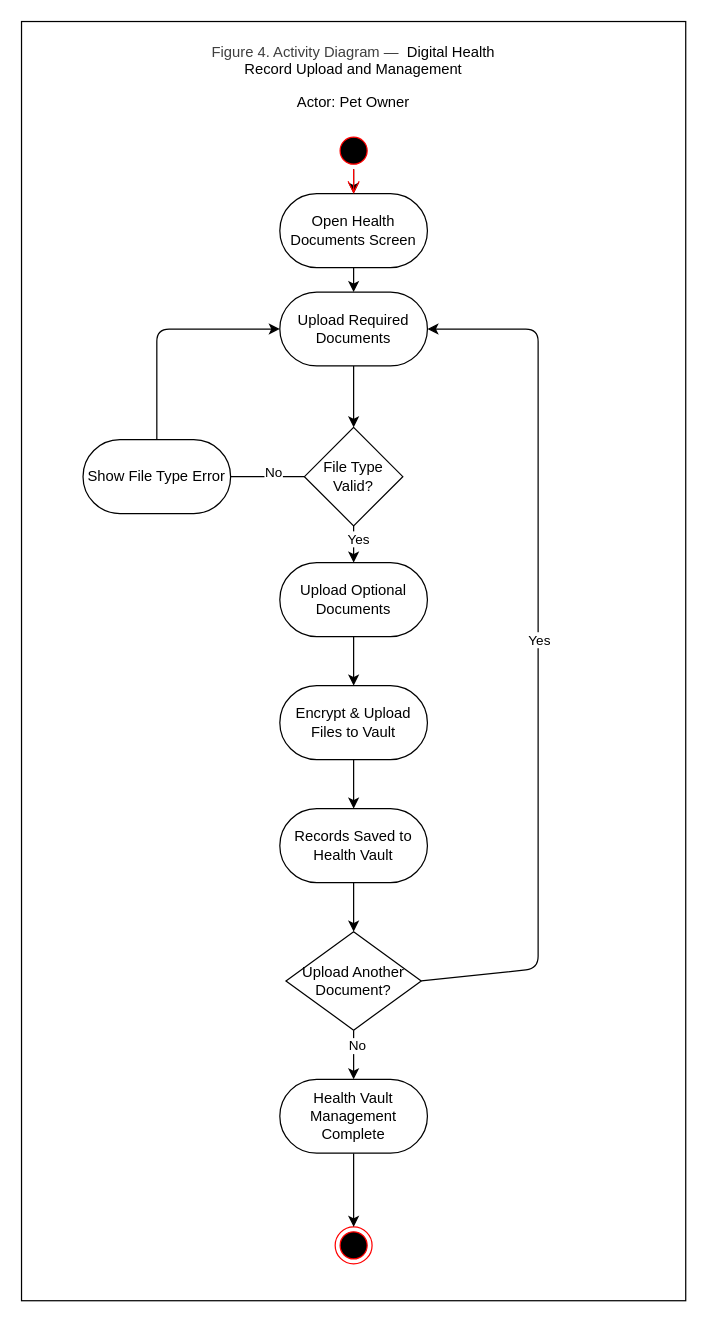
Chels013/Breedr-Diagrams keeps this draw.io diagram as ActivityDiagram_Figure4_USALLA.drawio. Above is the earlier version. Source tidied: cells renumbered, new cells numbered last; positions are measured from the earlier drawing's top-left corner, leaving out a move shared by most shapes. Both pictures are drawn from the tidied source at 123%, with x=0, y=0 at pixel (21, 21).
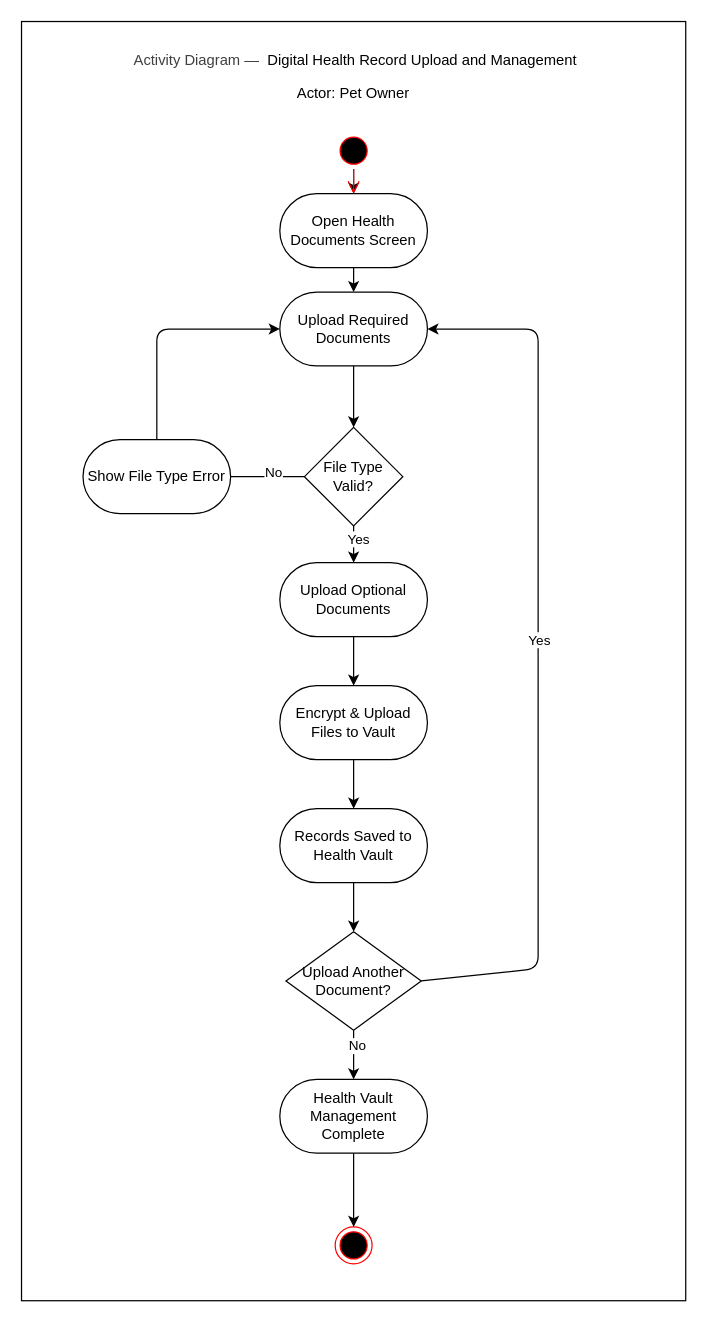
Above is the later version.

Commit message (it also covers changes not shown here):
Renaming Activity Diagrams

Diff of the diagram source:
```diff
@@
-    <mxCell id="3" value="&lt;p&gt;&lt;span style=&quot;color: rgb(63, 63, 63); background-color: transparent;&quot;&gt;Figure 4. Activity Diagram —&lt;/span&gt;&lt;span style=&quot;color: rgb(63, 63, 63); background-color: transparent;&quot;&gt;&amp;nbsp;&lt;/span&gt;&amp;nbsp;Digital Health Record Upload and Management&lt;/p&gt;&lt;p&gt;Actor: Pet Owner&lt;/p&gt;" style="text;html=1;align=center;verticalAlign=middle;whiteSpace=wrap;rounded=0;" parent="1" vertex="1">
-      <mxGeometry x="150" y="30" width="240" height="30" as="geometry" />
+    <mxCell id="3" value="&lt;p&gt;&lt;span style=&quot;color: rgb(63, 63, 63); background-color: transparent;&quot;&gt;&amp;nbsp;Activity Diagram —&lt;/span&gt;&lt;span style=&quot;color: rgb(63, 63, 63); background-color: transparent;&quot;&gt;&amp;nbsp;&lt;/span&gt;&amp;nbsp;Digital Health Record Upload and Management&lt;/p&gt;&lt;p&gt;Actor: Pet Owner&lt;/p&gt;" style="text;html=1;align=center;verticalAlign=middle;whiteSpace=wrap;rounded=0;" parent="1" vertex="1">
+      <mxGeometry x="75" y="30" width="390" height="30" as="geometry" />
     </mxCell>
```
